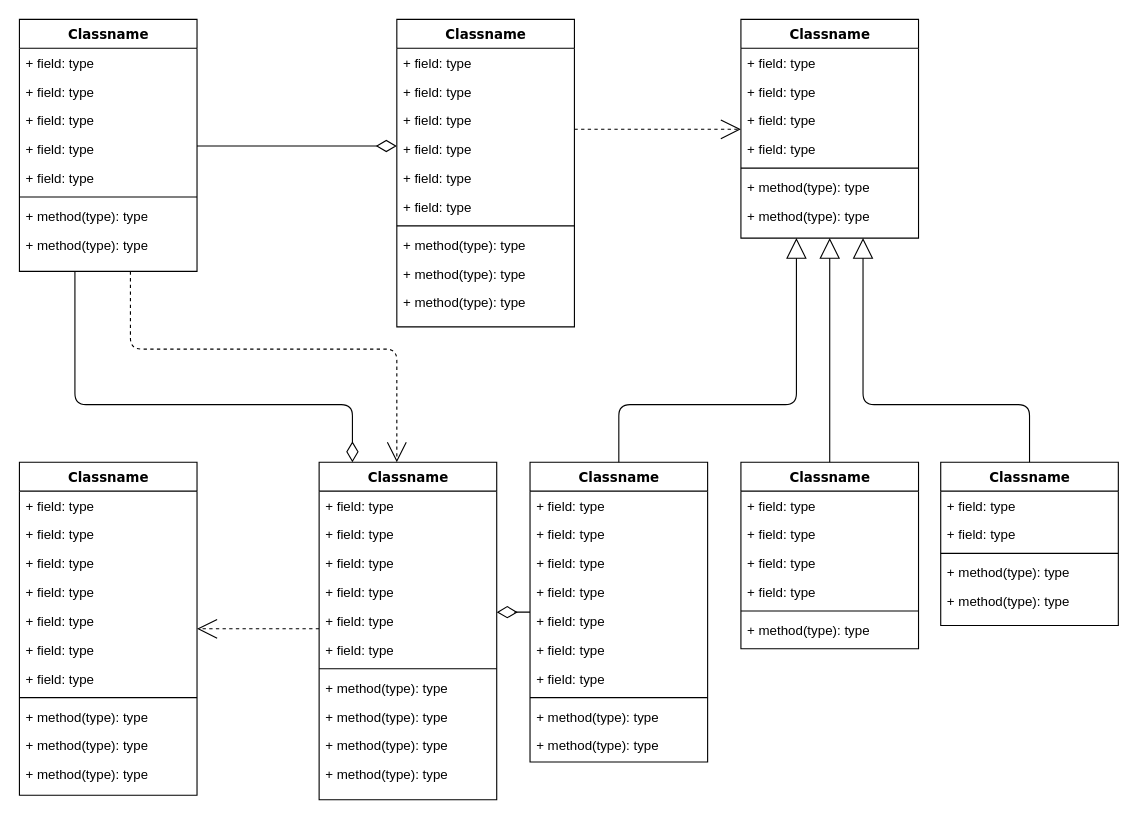
Earlier version of the draw.io diagram Diagrama sin título.drawio (cuerojr/analytics-google). Source tidied: cells renumbered, new cells numbered last; positions are measured from the earlier drawing's top-left corner, leaving out a move shared by most shapes. Both pictures are drawn from the tidied source at 111%, with x=0, y=0 at pixel (19, 19).
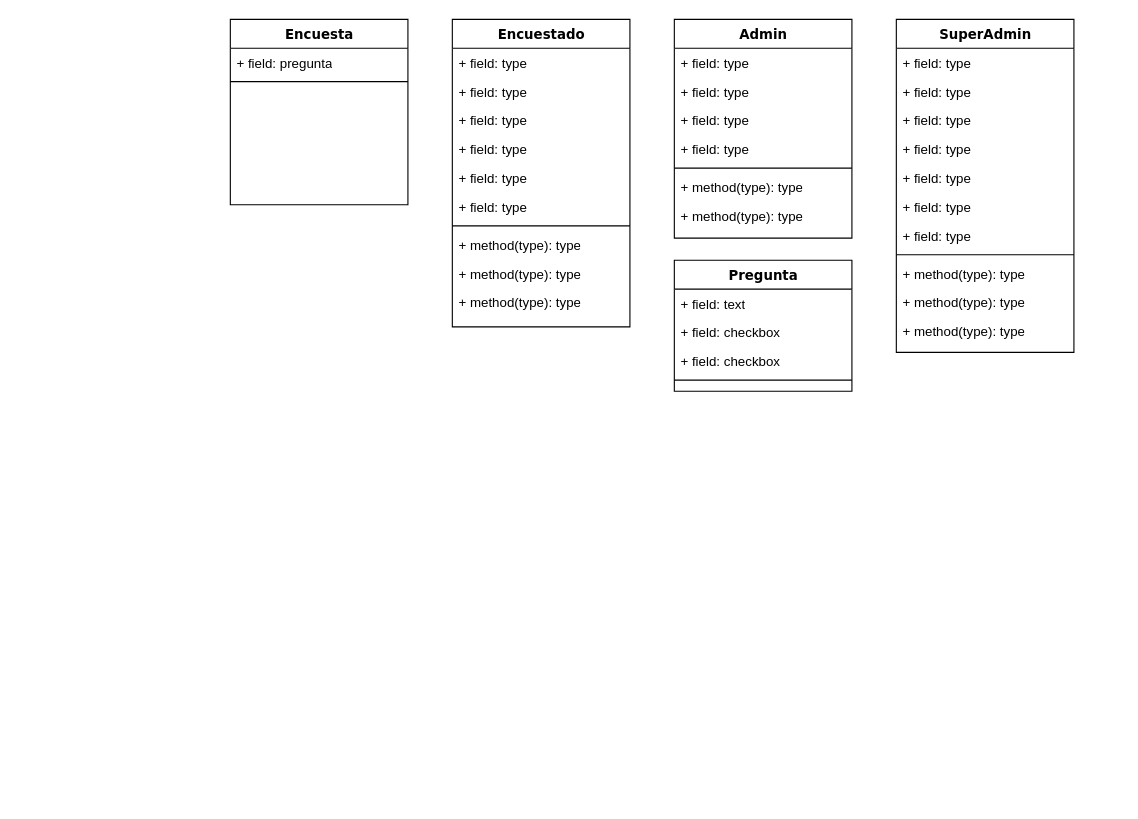
Above is the later version.

What changed in the source:
```diff
@@
-    <mxCell id="2" style="edgeStyle=orthogonalEdgeStyle;html=1;labelBackgroundColor=none;startFill=0;startSize=8;endArrow=open;endFill=0;endSize=16;fontFamily=Verdana;fontSize=12;dashed=1;" parent="1" edge="1" source="4" target="47">
-      <mxGeometry relative="1" as="geometry">
-        <Array as="points">
-          <mxPoint x="100" y="297" />
-          <mxPoint x="340" y="297" />
-        </Array>
-      </mxGeometry>
-    </mxCell>
-    <mxCell id="3" style="edgeStyle=orthogonalEdgeStyle;html=1;labelBackgroundColor=none;startFill=0;startSize=8;endArrow=diamondThin;endFill=0;endSize=16;fontFamily=Verdana;fontSize=12;" parent="1" edge="1" source="4" target="47">
-      <mxGeometry relative="1" as="geometry">
-        <Array as="points">
-          <mxPoint x="50" y="347" />
-          <mxPoint x="300" y="347" />
-        </Array>
-      </mxGeometry>
-    </mxCell>
-    <mxCell id="4" value="Classname" style="swimlane;html=1;fontStyle=1;align=center;verticalAlign=top;horizontal=1;startSize=26;swimlaneFillColor=#ffffff;rounded=0;shadow=0;comic=0;labelBackgroundColor=none;strokeWidth=1;fillColor=none;fontFamily=Verdana;fontSize=12;" parent="1" vertex="1">
-      <mxGeometry width="160" height="227" as="geometry" />
+    <mxCell id="4" value="Encuesta" style="swimlane;html=1;fontStyle=1;align=center;verticalAlign=top;horizontal=1;startSize=26;swimlaneFillColor=#ffffff;rounded=0;shadow=0;comic=0;labelBackgroundColor=none;strokeWidth=1;fillColor=none;fontFamily=Verdana;fontSize=12;" parent="1" vertex="1">
+      <mxGeometry x="190" width="160" height="167" as="geometry" />
     </mxCell>
-    <mxCell id="5" value="+ field: type" style="text;html=1;strokeColor=none;fillColor=none;align=left;verticalAlign=top;spacingLeft=4;spacingRight=4;whiteSpace=wrap;overflow=hidden;" parent="4" vertex="1">
-      <mxGeometry y="26" width="160" height="26" as="geometry" />
-    </mxCell>
-    <mxCell id="6" value="+ field: type" style="text;html=1;strokeColor=none;fillColor=none;align=left;verticalAlign=top;spacingLeft=4;spacingRight=4;whiteSpace=wrap;overflow=hidden;" parent="4" vertex="1">
-      <mxGeometry y="52" width="160" height="26" as="geometry" />
+    <mxCell id="6" value="+ field: pregunta" style="text;html=1;strokeColor=none;fillColor=none;align=left;verticalAlign=top;spacingLeft=4;spacingRight=4;whiteSpace=wrap;overflow=hidden;" parent="4" vertex="1">
+      <mxGeometry y="26" width="160" height="26" as="geometry" />
     </mxCell>
-    <mxCell id="7" value="+ field: type" style="text;html=1;strokeColor=none;fillColor=none;align=left;verticalAlign=top;spacingLeft=4;spacingRight=4;whiteSpace=wrap;overflow=hidden;" parent="4" vertex="1">
-      <mxGeometry y="78" width="160" height="26" as="geometry" />
-    </mxCell>
-    <mxCell id="8" value="+ field: type" style="text;html=1;strokeColor=none;fillColor=none;align=left;verticalAlign=top;spacingLeft=4;spacingRight=4;whiteSpace=wrap;overflow=hidden;" parent="4" vertex="1">
-      <mxGeometry y="104" width="160" height="26" as="geometry" />
-    </mxCell>
-    <mxCell id="9" value="+ field: type" style="text;html=1;strokeColor=none;fillColor=none;align=left;verticalAlign=top;spacingLeft=4;spacingRight=4;whiteSpace=wrap;overflow=hidden;" parent="4" vertex="1">
-      <mxGeometry y="130" width="160" height="26" as="geometry" />
-    </mxCell>
     <mxCell id="10" style="line;html=1;strokeWidth=1;fillColor=none;align=left;verticalAlign=middle;spacingTop=-1;spacingLeft=3;spacingRight=3;labelPosition=right;" parent="4" vertex="1">
-      <mxGeometry y="156" width="160" height="8" as="geometry" />
+      <mxGeometry y="52" width="160" height="8" as="geometry" />
     </mxCell>
-    <mxCell id="11" value="+ method(type): type" style="text;html=1;strokeColor=none;fillColor=none;align=left;verticalAlign=top;spacingLeft=4;spacingRight=4;whiteSpace=wrap;overflow=hidden;" parent="4" vertex="1">
-      <mxGeometry y="164" width="160" height="26" as="geometry" />
-    </mxCell>
-    <mxCell id="12" value="+ method(type): type" style="text;html=1;strokeColor=none;fillColor=none;align=left;verticalAlign=top;spacingLeft=4;spacingRight=4;whiteSpace=wrap;overflow=hidden;" parent="4" vertex="1">
-      <mxGeometry y="190" width="160" height="26" as="geometry" />
-    </mxCell>
-    <mxCell id="13" style="edgeStyle=elbowEdgeStyle;html=1;labelBackgroundColor=none;startFill=0;startSize=8;endArrow=open;endFill=0;endSize=16;fontFamily=Verdana;fontSize=12;elbow=vertical;dashed=1;" parent="1" edge="1" source="14" target="25">
-      <mxGeometry relative="1" as="geometry" />
-    </mxCell>
-    <mxCell id="14" value="Classname" style="swimlane;html=1;fontStyle=1;align=center;verticalAlign=top;horizontal=1;startSize=26;swimlaneFillColor=#ffffff;rounded=0;shadow=0;comic=0;labelBackgroundColor=none;strokeWidth=1;fillColor=none;fontFamily=Verdana;fontSize=12;" parent="1" vertex="1">
-      <mxGeometry x="340" width="160" height="277" as="geometry" />
+    <mxCell id="14" value="Encuestado" style="swimlane;html=1;fontStyle=1;align=center;verticalAlign=top;horizontal=1;startSize=26;swimlaneFillColor=#ffffff;rounded=0;shadow=0;comic=0;labelBackgroundColor=none;strokeWidth=1;fillColor=none;fontFamily=Verdana;fontSize=12;" parent="1" vertex="1">
+      <mxGeometry x="390" width="160" height="277" as="geometry" />
     </mxCell>
@@
-    <mxCell id="25" value="Classname" style="swimlane;html=1;fontStyle=1;align=center;verticalAlign=top;horizontal=1;startSize=26;swimlaneFillColor=#ffffff;rounded=0;shadow=0;comic=0;labelBackgroundColor=none;strokeWidth=1;fillColor=none;fontFamily=Verdana;fontSize=12;" parent="1" vertex="1">
-      <mxGeometry x="650" width="160" height="197" as="geometry" />
+    <mxCell id="25" value="Admin" style="swimlane;html=1;fontStyle=1;align=center;verticalAlign=top;horizontal=1;startSize=26;swimlaneFillColor=#ffffff;rounded=0;shadow=0;comic=0;labelBackgroundColor=none;strokeWidth=1;fillColor=none;fontFamily=Verdana;fontSize=12;" parent="1" vertex="1">
+      <mxGeometry x="590" width="160" height="197" as="geometry" />
     </mxCell>
@@
-    <mxCell id="33" style="edgeStyle=elbowEdgeStyle;html=1;labelBackgroundColor=none;startFill=0;startSize=8;endArrow=open;endFill=0;endSize=16;fontFamily=Verdana;fontSize=12;elbow=vertical;dashed=1;" parent="1" edge="1" source="47" target="34">
-      <mxGeometry relative="1" as="geometry" />
-    </mxCell>
-    <mxCell id="34" value="Classname" style="swimlane;html=1;fontStyle=1;align=center;verticalAlign=top;horizontal=1;startSize=26;swimlaneFillColor=#ffffff;rounded=0;shadow=0;comic=0;labelBackgroundColor=none;strokeWidth=1;fillColor=none;fontFamily=Verdana;fontSize=12;" parent="1" vertex="1">
-      <mxGeometry y="399" width="160" height="300" as="geometry" />
+    <mxCell id="34" value="SuperAdmin" style="swimlane;html=1;fontStyle=1;align=center;verticalAlign=top;horizontal=1;startSize=26;swimlaneFillColor=#ffffff;rounded=0;shadow=0;comic=0;labelBackgroundColor=none;strokeWidth=1;fillColor=none;fontFamily=Verdana;fontSize=12;" parent="1" vertex="1">
+      <mxGeometry x="790" width="160" height="300" as="geometry" />
     </mxCell>
@@
-    <mxCell id="46" style="edgeStyle=elbowEdgeStyle;html=1;labelBackgroundColor=none;startFill=0;startSize=8;endArrow=diamondThin;endFill=0;endSize=16;fontFamily=Verdana;fontSize=12;elbow=vertical;" parent="1" edge="1" source="60" target="47">
-      <mxGeometry relative="1" as="geometry" />
-    </mxCell>
-    <mxCell id="47" value="Classname" style="swimlane;html=1;fontStyle=1;align=center;verticalAlign=top;horizontal=1;startSize=26;swimlaneFillColor=#ffffff;rounded=0;shadow=0;comic=0;labelBackgroundColor=none;strokeWidth=1;fillColor=none;fontFamily=Verdana;fontSize=12;" parent="1" vertex="1">
-      <mxGeometry x="270" y="399" width="160" height="304" as="geometry" />
+    <mxCell id="47" value="Pregunta" style="swimlane;html=1;fontStyle=1;align=center;verticalAlign=top;horizontal=1;startSize=26;swimlaneFillColor=#ffffff;rounded=0;shadow=0;comic=0;labelBackgroundColor=none;strokeWidth=1;fillColor=none;fontFamily=Verdana;fontSize=12;" parent="1" vertex="1">
+      <mxGeometry x="590" y="217" width="160" height="118" as="geometry" />
     </mxCell>
-    <mxCell id="48" value="+ field: type" style="text;html=1;strokeColor=none;fillColor=none;align=left;verticalAlign=top;spacingLeft=4;spacingRight=4;whiteSpace=wrap;overflow=hidden;" parent="47" vertex="1">
+    <mxCell id="48" value="+ field: text" style="text;html=1;strokeColor=none;fillColor=none;align=left;verticalAlign=top;spacingLeft=4;spacingRight=4;whiteSpace=wrap;overflow=hidden;" parent="47" vertex="1">
       <mxGeometry y="26" width="160" height="26" as="geometry" />
     </mxCell>
-    <mxCell id="49" value="+ field: type" style="text;html=1;strokeColor=none;fillColor=none;align=left;verticalAlign=top;spacingLeft=4;spacingRight=4;whiteSpace=wrap;overflow=hidden;" parent="47" vertex="1">
+    <mxCell id="49" value="+ field: checkbox" style="text;html=1;strokeColor=none;fillColor=none;align=left;verticalAlign=top;spacingLeft=4;spacingRight=4;whiteSpace=wrap;overflow=hidden;" parent="47" vertex="1">
       <mxGeometry y="52" width="160" height="26" as="geometry" />
     </mxCell>
-    <mxCell id="50" value="+ field: type" style="text;html=1;strokeColor=none;fillColor=none;align=left;verticalAlign=top;spacingLeft=4;spacingRight=4;whiteSpace=wrap;overflow=hidden;" parent="47" vertex="1">
-      <mxGeometry y="78" width="160" height="26" as="geometry" />
-    </mxCell>
-    <mxCell id="51" value="+ field: type" style="text;html=1;strokeColor=none;fillColor=none;align=left;verticalAlign=top;spacingLeft=4;spacingRight=4;whiteSpace=wrap;overflow=hidden;" parent="47" vertex="1">
-      <mxGeometry y="104" width="160" height="26" as="geometry" />
-    </mxCell>
-    <mxCell id="52" value="+ field: type" style="text;html=1;strokeColor=none;fillColor=none;align=left;verticalAlign=top;spacingLeft=4;spacingRight=4;whiteSpace=wrap;overflow=hidden;" parent="47" vertex="1">
-      <mxGeometry y="130" width="160" height="26" as="geometry" />
-    </mxCell>
-    <mxCell id="53" value="+ field: type" style="text;html=1;strokeColor=none;fillColor=none;align=left;verticalAlign=top;spacingLeft=4;spacingRight=4;whiteSpace=wrap;overflow=hidden;" parent="47" vertex="1">
-      <mxGeometry y="156" width="160" height="26" as="geometry" />
-    </mxCell>
+    <mxCell id="87" value="+ field: checkbox" style="text;html=1;strokeColor=none;fillColor=none;align=left;verticalAlign=top;spacingLeft=4;spacingRight=4;whiteSpace=wrap;overflow=hidden;" parent="47" vertex="1">
+      <mxGeometry y="78" width="160" height="26" as="geometry" />
+    </mxCell>
     <mxCell id="54" style="line;html=1;strokeWidth=1;fillColor=none;align=left;verticalAlign=middle;spacingTop=-1;spacingLeft=3;spacingRight=3;labelPosition=right;" parent="47" vertex="1">
-      <mxGeometry y="182" width="160" height="8" as="geometry" />
+      <mxGeometry y="104" width="160" height="8" as="geometry" />
     </mxCell>
-    <mxCell id="55" value="+ method(type): type" style="text;html=1;strokeColor=none;fillColor=none;align=left;verticalAlign=top;spacingLeft=4;spacingRight=4;whiteSpace=wrap;overflow=hidden;" parent="47" vertex="1">
-      <mxGeometry y="190" width="160" height="26" as="geometry" />
-    </mxCell>
-    <mxCell id="56" value="+ method(type): type" style="text;html=1;strokeColor=none;fillColor=none;align=left;verticalAlign=top;spacingLeft=4;spacingRight=4;whiteSpace=wrap;overflow=hidden;" parent="47" vertex="1">
-      <mxGeometry y="216" width="160" height="26" as="geometry" />
-    </mxCell>
-    <mxCell id="57" value="+ method(type): type" style="text;html=1;strokeColor=none;fillColor=none;align=left;verticalAlign=top;spacingLeft=4;spacingRight=4;whiteSpace=wrap;overflow=hidden;" parent="47" vertex="1">
-      <mxGeometry y="242" width="160" height="26" as="geometry" />
-    </mxCell>
-    <mxCell id="58" value="+ method(type): type" style="text;html=1;strokeColor=none;fillColor=none;align=left;verticalAlign=top;spacingLeft=4;spacingRight=4;whiteSpace=wrap;overflow=hidden;" parent="47" vertex="1">
-      <mxGeometry y="268" width="160" height="26" as="geometry" />
-    </mxCell>
-    <mxCell id="59" style="edgeStyle=orthogonalEdgeStyle;html=1;labelBackgroundColor=none;startFill=0;startSize=8;endArrow=block;endFill=0;endSize=16;fontFamily=Verdana;fontSize=12;" parent="1" edge="1" source="60" target="25">
-      <mxGeometry relative="1" as="geometry">
-        <Array as="points">
-          <mxPoint x="540" y="347" />
-          <mxPoint x="700" y="347" />
-        </Array>
-      </mxGeometry>
-    </mxCell>
-    <mxCell id="60" value="Classname" style="swimlane;html=1;fontStyle=1;align=center;verticalAlign=top;horizontal=1;startSize=26;swimlaneFillColor=#ffffff;rounded=0;shadow=0;comic=0;labelBackgroundColor=none;strokeWidth=1;fillColor=none;fontFamily=Verdana;fontSize=12;" parent="1" vertex="1">
-      <mxGeometry x="460" y="399" width="160" height="270" as="geometry" />
-    </mxCell>
-    <mxCell id="61" value="+ field: type" style="text;html=1;strokeColor=none;fillColor=none;align=left;verticalAlign=top;spacingLeft=4;spacingRight=4;whiteSpace=wrap;overflow=hidden;" parent="60" vertex="1">
-      <mxGeometry y="26" width="160" height="26" as="geometry" />
-    </mxCell>
-    <mxCell id="62" value="+ field: type" style="text;html=1;strokeColor=none;fillColor=none;align=left;verticalAlign=top;spacingLeft=4;spacingRight=4;whiteSpace=wrap;overflow=hidden;" parent="60" vertex="1">
-      <mxGeometry y="52" width="160" height="26" as="geometry" />
-    </mxCell>
-    <mxCell id="63" value="+ field: type" style="text;html=1;strokeColor=none;fillColor=none;align=left;verticalAlign=top;spacingLeft=4;spacingRight=4;whiteSpace=wrap;overflow=hidden;" parent="60" vertex="1">
-      <mxGeometry y="78" width="160" height="26" as="geometry" />
-    </mxCell>
-    <mxCell id="64" value="+ field: type" style="text;html=1;strokeColor=none;fillColor=none;align=left;verticalAlign=top;spacingLeft=4;spacingRight=4;whiteSpace=wrap;overflow=hidden;" parent="60" vertex="1">
-      <mxGeometry y="104" width="160" height="26" as="geometry" />
-    </mxCell>
-    <mxCell id="65" value="+ field: type" style="text;html=1;strokeColor=none;fillColor=none;align=left;verticalAlign=top;spacingLeft=4;spacingRight=4;whiteSpace=wrap;overflow=hidden;" parent="60" vertex="1">
-      <mxGeometry y="130" width="160" height="26" as="geometry" />
-    </mxCell>
-    <mxCell id="66" value="+ field: type" style="text;html=1;strokeColor=none;fillColor=none;align=left;verticalAlign=top;spacingLeft=4;spacingRight=4;whiteSpace=wrap;overflow=hidden;" parent="60" vertex="1">
-      <mxGeometry y="156" width="160" height="26" as="geometry" />
-    </mxCell>
-    <mxCell id="67" value="+ field: type" style="text;html=1;strokeColor=none;fillColor=none;align=left;verticalAlign=top;spacingLeft=4;spacingRight=4;whiteSpace=wrap;overflow=hidden;" parent="60" vertex="1">
-      <mxGeometry y="182" width="160" height="26" as="geometry" />
-    </mxCell>
-    <mxCell id="68" style="line;html=1;strokeWidth=1;fillColor=none;align=left;verticalAlign=middle;spacingTop=-1;spacingLeft=3;spacingRight=3;labelPosition=right;" parent="60" vertex="1">
-      <mxGeometry y="208" width="160" height="8" as="geometry" />
-    </mxCell>
-    <mxCell id="69" value="+ method(type): type" style="text;html=1;strokeColor=none;fillColor=none;align=left;verticalAlign=top;spacingLeft=4;spacingRight=4;whiteSpace=wrap;overflow=hidden;" parent="60" vertex="1">
-      <mxGeometry y="216" width="160" height="26" as="geometry" />
-    </mxCell>
-    <mxCell id="70" value="+ method(type): type" style="text;html=1;strokeColor=none;fillColor=none;align=left;verticalAlign=top;spacingLeft=4;spacingRight=4;whiteSpace=wrap;overflow=hidden;" parent="60" vertex="1">
-      <mxGeometry y="242" width="160" height="26" as="geometry" />
-    </mxCell>
-    <mxCell id="71" style="edgeStyle=orthogonalEdgeStyle;html=1;labelBackgroundColor=none;startFill=0;startSize=8;endArrow=block;endFill=0;endSize=16;fontFamily=Verdana;fontSize=12;" parent="1" edge="1" source="72" target="25">
-      <mxGeometry relative="1" as="geometry" />
-    </mxCell>
-    <mxCell id="72" value="Classname" style="swimlane;html=1;fontStyle=1;align=center;verticalAlign=top;horizontal=1;startSize=26;swimlaneFillColor=#ffffff;rounded=0;shadow=0;comic=0;labelBackgroundColor=none;strokeWidth=1;fillColor=none;fontFamily=Verdana;fontSize=12;" parent="1" vertex="1">
-      <mxGeometry x="650" y="399" width="160" height="168" as="geometry" />
-    </mxCell>
-    <mxCell id="73" value="+ field: type" style="text;html=1;strokeColor=none;fillColor=none;align=left;verticalAlign=top;spacingLeft=4;spacingRight=4;whiteSpace=wrap;overflow=hidden;" parent="72" vertex="1">
-      <mxGeometry y="26" width="160" height="26" as="geometry" />
-    </mxCell>
-    <mxCell id="74" value="+ field: type" style="text;html=1;strokeColor=none;fillColor=none;align=left;verticalAlign=top;spacingLeft=4;spacingRight=4;whiteSpace=wrap;overflow=hidden;" parent="72" vertex="1">
-      <mxGeometry y="52" width="160" height="26" as="geometry" />
-    </mxCell>
-    <mxCell id="75" value="+ field: type" style="text;html=1;strokeColor=none;fillColor=none;align=left;verticalAlign=top;spacingLeft=4;spacingRight=4;whiteSpace=wrap;overflow=hidden;" parent="72" vertex="1">
-      <mxGeometry y="78" width="160" height="26" as="geometry" />
-    </mxCell>
-    <mxCell id="76" value="+ field: type" style="text;html=1;strokeColor=none;fillColor=none;align=left;verticalAlign=top;spacingLeft=4;spacingRight=4;whiteSpace=wrap;overflow=hidden;" parent="72" vertex="1">
-      <mxGeometry y="104" width="160" height="26" as="geometry" />
-    </mxCell>
-    <mxCell id="77" style="line;html=1;strokeWidth=1;fillColor=none;align=left;verticalAlign=middle;spacingTop=-1;spacingLeft=3;spacingRight=3;labelPosition=right;" parent="72" vertex="1">
-      <mxGeometry y="130" width="160" height="8" as="geometry" />
-    </mxCell>
-    <mxCell id="78" value="+ method(type): type" style="text;html=1;strokeColor=none;fillColor=none;align=left;verticalAlign=top;spacingLeft=4;spacingRight=4;whiteSpace=wrap;overflow=hidden;" parent="72" vertex="1">
-      <mxGeometry y="138" width="160" height="26" as="geometry" />
-    </mxCell>
-    <mxCell id="79" style="edgeStyle=orthogonalEdgeStyle;html=1;labelBackgroundColor=none;startFill=0;startSize=8;endArrow=block;endFill=0;endSize=16;fontFamily=Verdana;fontSize=12;" parent="1" edge="1" source="80" target="25">
-      <mxGeometry relative="1" as="geometry">
-        <Array as="points">
-          <mxPoint x="910" y="347" />
-          <mxPoint x="760" y="347" />
-        </Array>
-      </mxGeometry>
-    </mxCell>
-    <mxCell id="80" value="Classname" style="swimlane;html=1;fontStyle=1;align=center;verticalAlign=top;horizontal=1;startSize=26;swimlaneFillColor=#ffffff;rounded=0;shadow=0;comic=0;labelBackgroundColor=none;strokeWidth=1;fillColor=none;fontFamily=Verdana;fontSize=12;" parent="1" vertex="1">
-      <mxGeometry x="830" y="399" width="160" height="147" as="geometry" />
-    </mxCell>
-    <mxCell id="81" value="+ field: type" style="text;html=1;strokeColor=none;fillColor=none;align=left;verticalAlign=top;spacingLeft=4;spacingRight=4;whiteSpace=wrap;overflow=hidden;" parent="80" vertex="1">
-      <mxGeometry y="26" width="160" height="26" as="geometry" />
-    </mxCell>
-    <mxCell id="82" value="+ field: type" style="text;html=1;strokeColor=none;fillColor=none;align=left;verticalAlign=top;spacingLeft=4;spacingRight=4;whiteSpace=wrap;overflow=hidden;" parent="80" vertex="1">
-      <mxGeometry y="52" width="160" height="26" as="geometry" />
-    </mxCell>
-    <mxCell id="83" style="line;html=1;strokeWidth=1;fillColor=none;align=left;verticalAlign=middle;spacingTop=-1;spacingLeft=3;spacingRight=3;labelPosition=right;" parent="80" vertex="1">
-      <mxGeometry y="78" width="160" height="8" as="geometry" />
-    </mxCell>
-    <mxCell id="84" value="+ method(type): type" style="text;html=1;strokeColor=none;fillColor=none;align=left;verticalAlign=top;spacingLeft=4;spacingRight=4;whiteSpace=wrap;overflow=hidden;" parent="80" vertex="1">
-      <mxGeometry y="86" width="160" height="26" as="geometry" />
-    </mxCell>
-    <mxCell id="85" value="+ method(type): type" style="text;html=1;strokeColor=none;fillColor=none;align=left;verticalAlign=top;spacingLeft=4;spacingRight=4;whiteSpace=wrap;overflow=hidden;" parent="80" vertex="1">
-      <mxGeometry y="112" width="160" height="26" as="geometry" />
-    </mxCell>
-    <mxCell id="86" style="edgeStyle=elbowEdgeStyle;html=1;labelBackgroundColor=none;startFill=0;startSize=8;endArrow=diamondThin;endFill=0;endSize=16;fontFamily=Verdana;fontSize=12;elbow=vertical;" parent="1" edge="1" source="4" target="14">
-      <mxGeometry relative="1" as="geometry" />
-    </mxCell>
```
